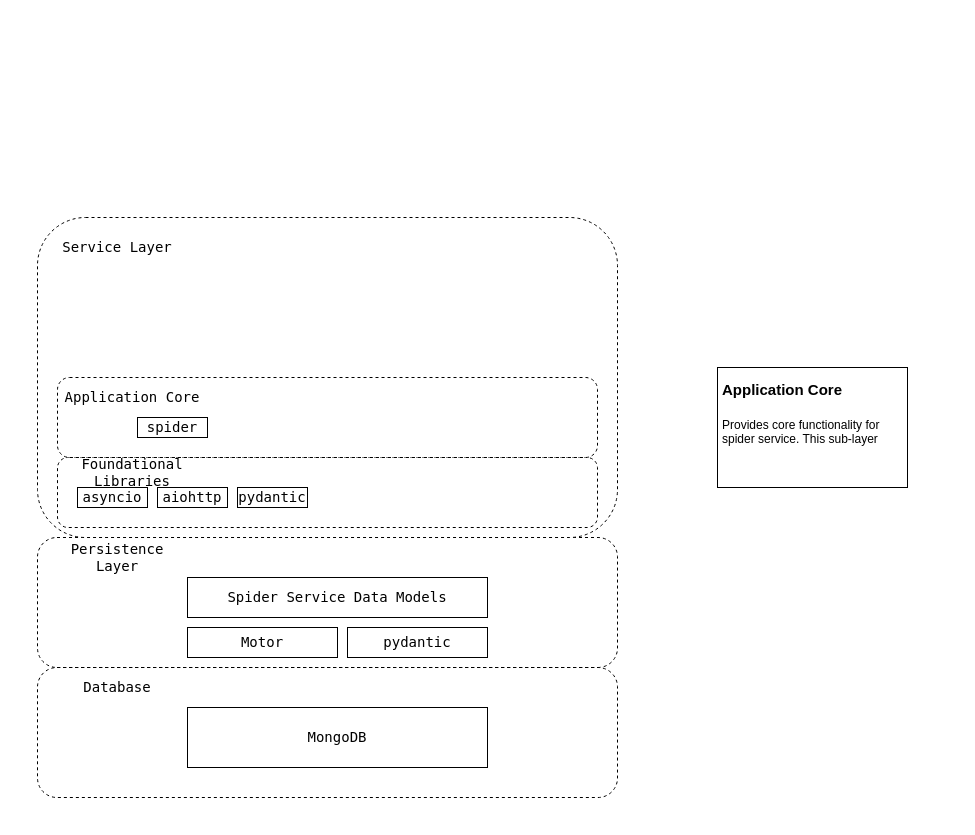
LENAX/public-sentiment-analysis keeps this draw.io diagram as page "Spider Service Architecture" (3 of 3) of docs/design/System UML.drawio. Above is the earlier version. Source tidied: cells renumbered, new cells numbered last; positions are measured from the earlier drawing's top-left corner, leaving out a move shared by most shapes. Both pictures are drawn from the tidied source at 100%, with x=0, y=0 at pixel (37, 217).
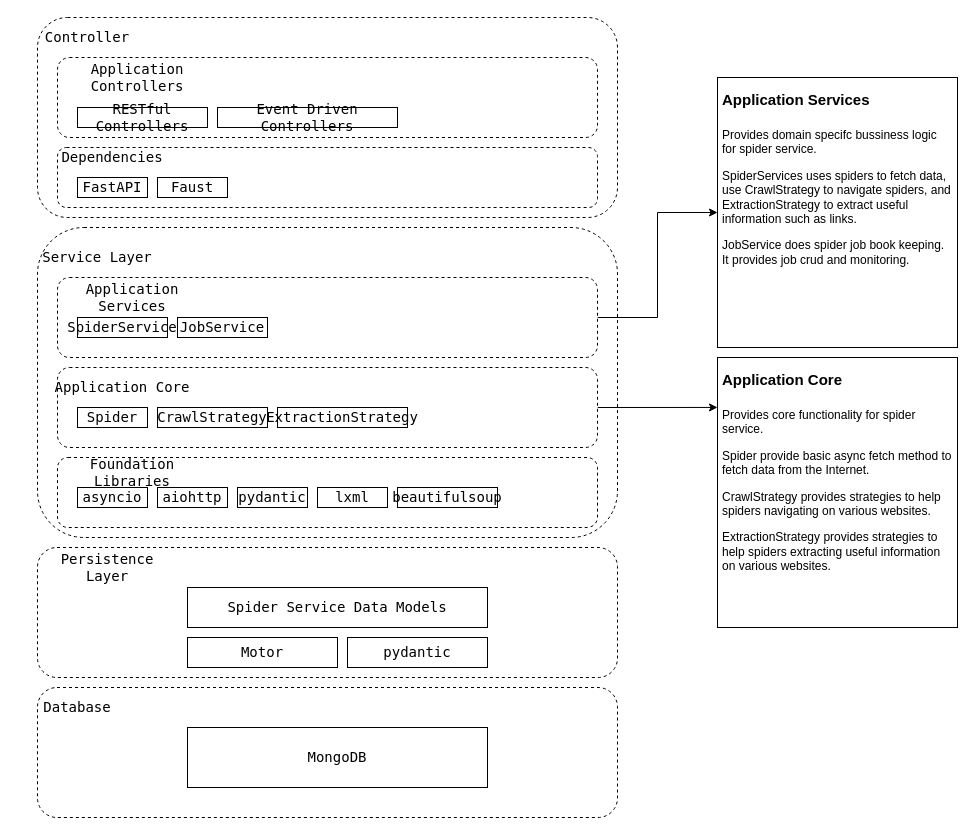
Above is the later version.

Commit message:
Update spider service architecture

What changed in the source:
```diff
@@
     <mxCell id="2" style="rounded=1;whiteSpace=wrap;html=1;fontFamily=Lucida Console;fontSize=14;dashed=1;" parent="1" vertex="1">
-      <mxGeometry y="320" width="580" height="130" as="geometry" />
+      <mxGeometry y="330" width="580" height="130" as="geometry" />
     </mxCell>
     <mxCell id="3" value="Motor" style="rounded=0;whiteSpace=wrap;html=1;fontFamily=Lucida Console;fontSize=14;" parent="1" vertex="1">
-      <mxGeometry x="150" y="410" width="150" height="30" as="geometry" />
+      <mxGeometry x="150" y="420" width="150" height="30" as="geometry" />
     </mxCell>
     <mxCell id="4" value="Persistence Layer" style="text;html=1;strokeColor=none;fillColor=none;align=center;verticalAlign=middle;whiteSpace=wrap;rounded=0;dashed=1;fontFamily=Lucida Console;fontSize=14;" parent="1" vertex="1">
-      <mxGeometry x="20" y="330" width="120" height="20" as="geometry" />
+      <mxGeometry x="10" y="340" width="120" height="20" as="geometry" />
     </mxCell>
     <mxCell id="5" style="rounded=1;whiteSpace=wrap;html=1;fontFamily=Lucida Console;fontSize=14;dashed=1;" parent="1" vertex="1">
-      <mxGeometry y="450" width="580" height="130" as="geometry" />
+      <mxGeometry y="470" width="580" height="130" as="geometry" />
     </mxCell>
     <mxCell id="6" value="MongoDB" style="rounded=0;whiteSpace=wrap;html=1;fontFamily=Lucida Console;fontSize=14;" parent="1" vertex="1">
-      <mxGeometry x="150" y="490" width="300" height="60" as="geometry" />
+      <mxGeometry x="150" y="510" width="300" height="60" as="geometry" />
     </mxCell>
     <mxCell id="7" value="Database" style="text;html=1;strokeColor=none;fillColor=none;align=center;verticalAlign=middle;whiteSpace=wrap;rounded=0;dashed=1;fontFamily=Lucida Console;fontSize=14;" parent="1" vertex="1">
-      <mxGeometry x="20" y="460" width="120" height="20" as="geometry" />
+      <mxGeometry x="-20" y="480" width="120" height="20" as="geometry" />
     </mxCell>
     <mxCell id="8" style="rounded=1;whiteSpace=wrap;html=1;fontFamily=Lucida Console;fontSize=14;dashed=1;" parent="1" vertex="1">
-      <mxGeometry width="580" height="320" as="geometry" />
+      <mxGeometry y="10" width="580" height="310" as="geometry" />
     </mxCell>
     <mxCell id="9" value="Service Layer" style="text;html=1;strokeColor=none;fillColor=none;align=center;verticalAlign=middle;whiteSpace=wrap;rounded=0;dashed=1;fontFamily=Lucida Console;fontSize=14;" parent="1" vertex="1">
-      <mxGeometry x="20" y="20" width="120" height="20" as="geometry" />
+      <mxGeometry y="30" width="120" height="20" as="geometry" />
     </mxCell>
@@
-    <mxCell id="11" value="Foundational Libraries" style="text;html=1;strokeColor=none;fillColor=none;align=center;verticalAlign=middle;whiteSpace=wrap;rounded=0;dashed=1;fontFamily=Lucida Console;fontSize=14;" parent="1" vertex="1">
-      <mxGeometry x="20" y="245" width="150" height="20" as="geometry" />
+    <mxCell id="11" value="Foundation Libraries" style="text;html=1;strokeColor=none;fillColor=none;align=center;verticalAlign=middle;whiteSpace=wrap;rounded=0;dashed=1;fontFamily=Lucida Console;fontSize=14;" parent="1" vertex="1">
+      <mxGeometry x="25" y="245" width="140" height="20" as="geometry" />
     </mxCell>
@@
+    <mxCell id="21" style="edgeStyle=orthogonalEdgeStyle;rounded=0;jettySize=auto;html=1;exitX=1;exitY=0.5;exitDx=0;exitDy=0;entryX=0;entryY=0.185;entryDx=0;entryDy=0;entryPerimeter=0;" parent="1" edge="1" source="15" target="20">
+      <mxGeometry relative="1" as="geometry" />
+    </mxCell>
     <mxCell id="15" style="rounded=1;whiteSpace=wrap;html=1;fontFamily=Lucida Console;fontSize=14;dashed=1;" parent="1" vertex="1">
-      <mxGeometry x="20" y="160" width="540" height="80" as="geometry" />
+      <mxGeometry x="20" y="150" width="540" height="80" as="geometry" />
     </mxCell>
     <mxCell id="16" value="Application Core" style="text;html=1;strokeColor=none;fillColor=none;align=center;verticalAlign=middle;whiteSpace=wrap;rounded=0;dashed=1;fontFamily=Lucida Console;fontSize=14;" parent="1" vertex="1">
-      <mxGeometry x="20" y="170" width="150" height="20" as="geometry" />
+      <mxGeometry x="10" y="160" width="150" height="20" as="geometry" />
     </mxCell>
-    <mxCell id="17" value="spider" style="rounded=0;whiteSpace=wrap;html=1;fontFamily=Lucida Console;fontSize=14;" parent="1" vertex="1">
-      <mxGeometry x="100" y="200" width="70" height="20" as="geometry" />
+    <mxCell id="17" value="Spider" style="rounded=0;whiteSpace=wrap;html=1;fontFamily=Lucida Console;fontSize=14;" parent="1" vertex="1">
+      <mxGeometry x="40" y="190" width="70" height="20" as="geometry" />
     </mxCell>
     <mxCell id="18" value="Spider Service Data Models" style="rounded=0;whiteSpace=wrap;html=1;fontFamily=Lucida Console;fontSize=14;" parent="1" vertex="1">
-      <mxGeometry x="150" y="360" width="300" height="40" as="geometry" />
+      <mxGeometry x="150" y="370" width="300" height="40" as="geometry" />
     </mxCell>
     <mxCell id="19" value="pydantic" style="rounded=0;whiteSpace=wrap;html=1;fontFamily=Lucida Console;fontSize=14;" parent="1" vertex="1">
-      <mxGeometry x="310" y="410" width="140" height="30" as="geometry" />
+      <mxGeometry x="310" y="420" width="140" height="30" as="geometry" />
     </mxCell>
-    <mxCell id="20" value="&lt;h1&gt;&lt;font style=&quot;font-size: 15px&quot;&gt;Application Core&lt;/font&gt;&lt;/h1&gt;&lt;p&gt;Provides core functionality for spider service. This sub-layer&lt;/p&gt;" style="text;html=1;fillColor=none;spacing=5;spacingTop=-20;whiteSpace=wrap;overflow=hidden;rounded=0;strokeColor=#000000;sketch=0;" parent="1" vertex="1">
-      <mxGeometry x="680" y="150" width="190" height="120" as="geometry" />
+    <mxCell id="20" value="&lt;h1&gt;&lt;font style=&quot;font-size: 15px&quot;&gt;Application Core&lt;/font&gt;&lt;/h1&gt;&lt;p&gt;Provides core functionality for spider service.&amp;nbsp;&lt;/p&gt;&lt;p&gt;Spider provide basic async fetch method to fetch data from the Internet.&lt;/p&gt;&lt;p&gt;CrawlStrategy provides strategies to help spiders navigating on various websites.&lt;/p&gt;&lt;p&gt;ExtractionStrategy provides strategies to help spiders extracting useful information on various websites.&lt;br&gt;&lt;/p&gt;" style="text;html=1;fillColor=none;spacing=5;spacingTop=-20;whiteSpace=wrap;overflow=hidden;rounded=0;strokeColor=#000000;sketch=0;" parent="1" vertex="1">
+      <mxGeometry x="680" y="140" width="240" height="270" as="geometry" />
     </mxCell>
+    <mxCell id="22" value="CrawlStrategy" style="rounded=0;whiteSpace=wrap;html=1;fontFamily=Lucida Console;fontSize=14;" parent="1" vertex="1">
+      <mxGeometry x="120" y="190" width="110" height="20" as="geometry" />
+    </mxCell>
+    <mxCell id="23" value="lxml" style="rounded=0;whiteSpace=wrap;html=1;fontFamily=Lucida Console;fontSize=14;" parent="1" vertex="1">
+      <mxGeometry x="280" y="270" width="70" height="20" as="geometry" />
+    </mxCell>
+    <mxCell id="24" value="beautifulsoup" style="rounded=0;whiteSpace=wrap;html=1;fontFamily=Lucida Console;fontSize=14;" parent="1" vertex="1">
+      <mxGeometry x="360" y="270" width="100" height="20" as="geometry" />
+    </mxCell>
+    <mxCell id="25" value="ExtractionStrategy" style="rounded=0;whiteSpace=wrap;html=1;fontFamily=Lucida Console;fontSize=14;" parent="1" vertex="1">
+      <mxGeometry x="240" y="190" width="130" height="20" as="geometry" />
+    </mxCell>
+    <mxCell id="26" style="edgeStyle=orthogonalEdgeStyle;rounded=0;jettySize=auto;html=1;" parent="1" edge="1" source="27" target="30">
+      <mxGeometry relative="1" as="geometry" />
+    </mxCell>
+    <mxCell id="27" style="rounded=1;whiteSpace=wrap;html=1;fontFamily=Lucida Console;fontSize=14;dashed=1;" parent="1" vertex="1">
+      <mxGeometry x="20" y="60" width="540" height="80" as="geometry" />
+    </mxCell>
+    <mxCell id="28" value="Application Services" style="text;html=1;strokeColor=none;fillColor=none;align=center;verticalAlign=middle;whiteSpace=wrap;rounded=0;dashed=1;fontFamily=Lucida Console;fontSize=14;" parent="1" vertex="1">
+      <mxGeometry x="20" y="70" width="150" height="20" as="geometry" />
+    </mxCell>
+    <mxCell id="29" value="SpiderService" style="rounded=0;whiteSpace=wrap;html=1;fontFamily=Lucida Console;fontSize=14;" parent="1" vertex="1">
+      <mxGeometry x="40" y="100" width="90" height="20" as="geometry" />
+    </mxCell>
+    <mxCell id="30" value="&lt;h1&gt;&lt;font style=&quot;font-size: 15px&quot;&gt;Application Services&lt;/font&gt;&lt;/h1&gt;&lt;p&gt;Provides domain specifc bussiness logic for spider service.&amp;nbsp;&lt;/p&gt;&lt;p&gt;SpiderServices uses spiders to fetch data, use CrawlStrategy to navigate spiders, and ExtractionStrategy to extract useful information such as links.&lt;/p&gt;&lt;p&gt;JobService does spider job book keeping. It provides job crud and monitoring.&lt;/p&gt;" style="text;html=1;fillColor=none;spacing=5;spacingTop=-20;whiteSpace=wrap;overflow=hidden;rounded=0;strokeColor=#000000;sketch=0;align=left;" parent="1" vertex="1">
+      <mxGeometry x="680" y="-140" width="240" height="270" as="geometry" />
+    </mxCell>
+    <mxCell id="31" style="rounded=1;whiteSpace=wrap;html=1;fontFamily=Lucida Console;fontSize=14;dashed=1;" parent="1" vertex="1">
+      <mxGeometry y="-200" width="580" height="200" as="geometry" />
+    </mxCell>
+    <mxCell id="32" value="Controller" style="text;html=1;strokeColor=none;fillColor=none;align=center;verticalAlign=middle;whiteSpace=wrap;rounded=0;dashed=1;fontFamily=Lucida Console;fontSize=14;" parent="1" vertex="1">
+      <mxGeometry x="-10" y="-190" width="120" height="20" as="geometry" />
+    </mxCell>
+    <mxCell id="33" style="rounded=1;whiteSpace=wrap;html=1;fontFamily=Lucida Console;fontSize=14;dashed=1;" parent="1" vertex="1">
+      <mxGeometry x="20" y="-70" width="540" height="60" as="geometry" />
+    </mxCell>
+    <mxCell id="34" value="Dependencies" style="text;html=1;strokeColor=none;fillColor=none;align=center;verticalAlign=middle;whiteSpace=wrap;rounded=0;dashed=1;fontFamily=Lucida Console;fontSize=14;" parent="1" vertex="1">
+      <mxGeometry x="25" y="-70" width="100" height="20" as="geometry" />
+    </mxCell>
+    <mxCell id="35" value="FastAPI" style="rounded=0;whiteSpace=wrap;html=1;fontFamily=Lucida Console;fontSize=14;" parent="1" vertex="1">
+      <mxGeometry x="40" y="-40" width="70" height="20" as="geometry" />
+    </mxCell>
+    <mxCell id="36" value="Faust" style="rounded=0;whiteSpace=wrap;html=1;fontFamily=Lucida Console;fontSize=14;" parent="1" vertex="1">
+      <mxGeometry x="120" y="-40" width="70" height="20" as="geometry" />
+    </mxCell>
+    <mxCell id="37" style="rounded=1;whiteSpace=wrap;html=1;fontFamily=Lucida Console;fontSize=14;dashed=1;" parent="1" vertex="1">
+      <mxGeometry x="20" y="-160" width="540" height="80" as="geometry" />
+    </mxCell>
+    <mxCell id="38" value="RESTful Controllers" style="rounded=0;whiteSpace=wrap;html=1;fontFamily=Lucida Console;fontSize=14;" parent="1" vertex="1">
+      <mxGeometry x="40" y="-110" width="130" height="20" as="geometry" />
+    </mxCell>
+    <mxCell id="39" value="Event Driven Controllers" style="rounded=0;whiteSpace=wrap;html=1;fontFamily=Lucida Console;fontSize=14;" parent="1" vertex="1">
+      <mxGeometry x="180" y="-110" width="180" height="20" as="geometry" />
+    </mxCell>
+    <mxCell id="40" value="Application Controllers" style="text;html=1;strokeColor=none;fillColor=none;align=center;verticalAlign=middle;whiteSpace=wrap;rounded=0;dashed=1;fontFamily=Lucida Console;fontSize=14;" parent="1" vertex="1">
+      <mxGeometry x="25" y="-150" width="150" height="20" as="geometry" />
+    </mxCell>
+    <mxCell id="41" style="edgeStyle=orthogonalEdgeStyle;rounded=0;orthogonalLoop=1;jettySize=auto;html=1;exitX=0.5;exitY=1;exitDx=0;exitDy=0;" parent="1" edge="1" source="25" target="25">
+      <mxGeometry relative="1" as="geometry" />
+    </mxCell>
+    <mxCell id="42" value="JobService" style="rounded=0;whiteSpace=wrap;html=1;fontFamily=Lucida Console;fontSize=14;" parent="1" vertex="1">
+      <mxGeometry x="140" y="100" width="90" height="20" as="geometry" />
+    </mxCell>
```
